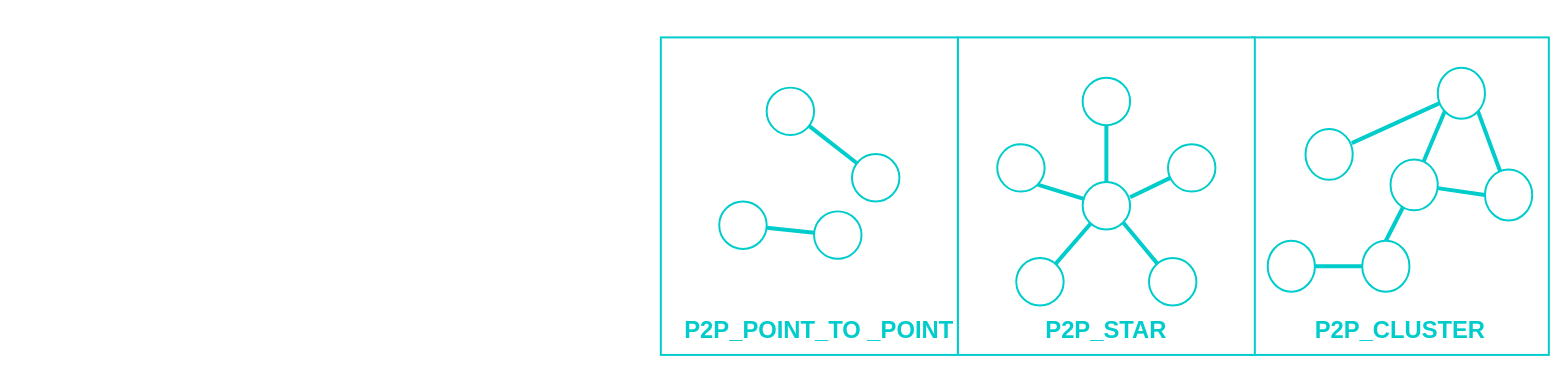
Earlier version of the draw.io diagram Diagramme/Network Topology.drawio (zettime/Nearfly-Android). Source tidied: cells renumbered, new cells numbered last; positions are measured from the earlier drawing's top-left corner, leaving out a move shared by most shapes. Both pictures are drawn from the tidied source at 99%, with x=0, y=0 at pixel (660, 37).
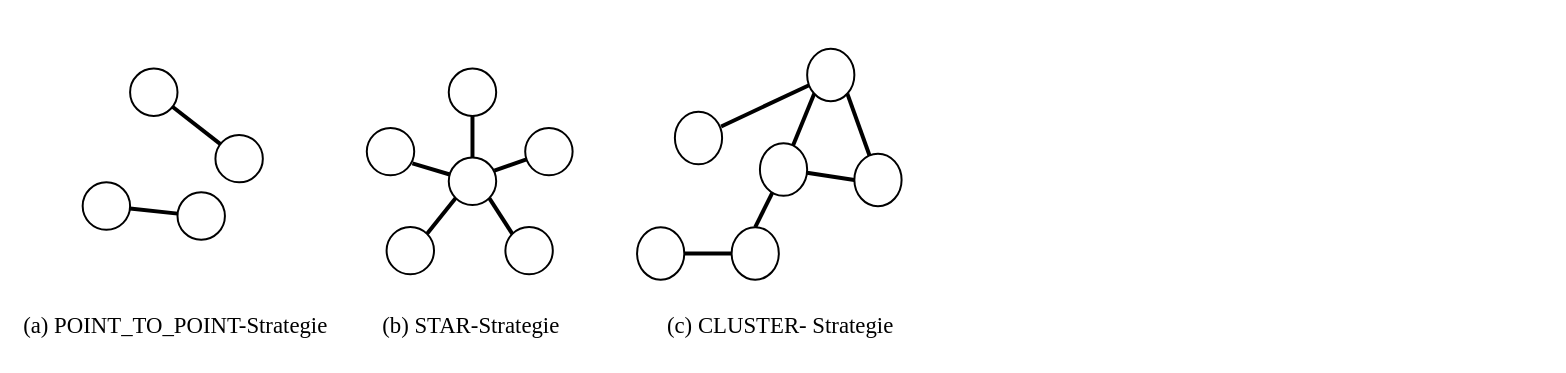
The same page after the edit.

The edit, as a diff of the source:
```diff
@@
-    <mxCell id="2" style="group;" parent="1" vertex="1">
-      <mxGeometry x="613" y="31" width="284" height="290" as="geometry" />
-    </mxCell>
-    <mxCell id="3" style="rounded=0;whiteSpace=wrap;html=1;strokeColor=#00CCCC;strokeWidth=2;fillColor=#FFFFFF;" parent="2" vertex="1">
-      <mxGeometry x="-16" y="-30.7" width="300" height="320.7" as="geometry" />
-    </mxCell>
-    <mxCell id="4" style="ellipse;whiteSpace=wrap;html=1;strokeColor=#00CCCC;strokeWidth=2;" parent="2" vertex="1">
-      <mxGeometry x="38.2" y="61.7" width="47.7" height="51.4" as="geometry" />
-    </mxCell>
-    <mxCell id="5" style="ellipse;whiteSpace=wrap;html=1;strokeColor=#00CCCC;fillColor=#FFFFFF;strokeWidth=2;" parent="2" vertex="1">
-      <mxGeometry x="171.8" width="47.7" height="51.4" as="geometry" />
-    </mxCell>
-    <mxCell id="6" style="ellipse;whiteSpace=wrap;html=1;strokeColor=#00CCCC;strokeWidth=2;" parent="2" vertex="1">
-      <mxGeometry x="124.1" y="92.5" width="47.7" height="51.4" as="geometry" />
-    </mxCell>
-    <mxCell id="7" style="ellipse;whiteSpace=wrap;html=1;strokeColor=#00CCCC;strokeWidth=2;" parent="2" vertex="1">
-      <mxGeometry y="174.7" width="47.7" height="51.4" as="geometry" />
-    </mxCell>
-    <mxCell id="8" style="ellipse;whiteSpace=wrap;html=1;strokeColor=#00CCCC;strokeWidth=2;" parent="2" vertex="1">
-      <mxGeometry x="219.5" y="102.8" width="47.7" height="51.4" as="geometry" />
-    </mxCell>
-    <mxCell id="9" style="ellipse;whiteSpace=wrap;html=1;strokeColor=#00CCCC;strokeWidth=2;" parent="2" vertex="1">
-      <mxGeometry x="95.5" y="174.7" width="47.7" height="51.4" as="geometry" />
-    </mxCell>
-    <mxCell id="10" style="endArrow=none;html=1;strokeWidth=4;fillColor=#1ba1e2;strokeColor=#00CCCC;entryX=1;entryY=1;entryDx=0;entryDy=0;" parent="2" edge="1" source="8" target="5">
-      <mxGeometry relative="1" as="geometry" />
-    </mxCell>
-    <mxCell id="11" style="endArrow=none;html=1;strokeWidth=4;fillColor=#1ba1e2;strokeColor=#00CCCC;entryX=0.98;entryY=0.28;entryDx=0;entryDy=0;entryPerimeter=0;" parent="2" edge="1" source="5" target="4">
-      <mxGeometry relative="1" as="geometry" />
-    </mxCell>
-    <mxCell id="12" style="endArrow=none;html=1;strokeWidth=4;fillColor=#1ba1e2;strokeColor=#00CCCC;entryX=1;entryY=0.5;entryDx=0;entryDy=0;" parent="2" edge="1" source="9" target="7">
-      <mxGeometry relative="1" as="geometry" />
-    </mxCell>
-    <mxCell id="13" style="endArrow=none;html=1;strokeWidth=4;fillColor=#1ba1e2;strokeColor=#00CCCC;entryX=0.5;entryY=0;entryDx=0;entryDy=0;" parent="2" edge="1" source="6" target="9">
-      <mxGeometry relative="1" as="geometry" />
-    </mxCell>
-    <mxCell id="14" style="endArrow=none;html=1;strokeWidth=4;fillColor=#1ba1e2;strokeColor=#00CCCC;exitX=0;exitY=1;exitDx=0;exitDy=0;" parent="2" edge="1" source="5" target="6">
-      <mxGeometry relative="1" as="geometry" />
-    </mxCell>
-    <mxCell id="15" style="endArrow=none;html=1;strokeWidth=4;fillColor=#1ba1e2;strokeColor=#00CCCC;exitX=0;exitY=0.5;exitDx=0;exitDy=0;" parent="2" edge="1" source="8" target="6">
-      <mxGeometry relative="1" as="geometry" />
-    </mxCell>
-    <mxCell id="16" value="P2P_CLUSTER" style="text;html=1;strokeColor=none;fillColor=none;align=center;verticalAlign=middle;whiteSpace=wrap;rounded=0;fontStyle=1;fontSize=24;fontColor=#00CCCC;" parent="2" vertex="1">
-      <mxGeometry x="-16" y="240" width="300" height="50" as="geometry" />
-    </mxCell>
-    <mxCell id="17" style="rounded=0;whiteSpace=wrap;html=1;strokeColor=#00CCCC;strokeWidth=2;fillColor=#FFFFFF;" parent="1" vertex="1">
-      <mxGeometry x="300" y="0.3" width="300" height="320.7" as="geometry" />
-    </mxCell>
-    <mxCell id="18" style="group;" parent="1" vertex="1">
-      <mxGeometry x="339.8" y="41" width="220.4" height="230" as="geometry" />
-    </mxCell>
-    <mxCell id="19" style="ellipse;whiteSpace=wrap;html=1;strokeColor=#00CCCC;strokeWidth=2;" parent="18" vertex="1">
-      <mxGeometry y="67.1" width="47.9" height="47.9" as="geometry" />
-    </mxCell>
-    <mxCell id="20" style="ellipse;whiteSpace=wrap;html=1;strokeColor=#00CCCC;fillColor=#FFFFFF;strokeWidth=2;" parent="18" vertex="1">
-      <mxGeometry x="86.3" y="105.4" width="47.9" height="47.9" as="geometry" />
-    </mxCell>
-    <mxCell id="21" style="ellipse;whiteSpace=wrap;html=1;strokeColor=#00CCCC;strokeWidth=2;" parent="18" vertex="1">
-      <mxGeometry x="172.5" y="67.1" width="47.9" height="47.9" as="geometry" />
-    </mxCell>
-    <mxCell id="22" style="ellipse;whiteSpace=wrap;html=1;strokeColor=#00CCCC;strokeWidth=2;" parent="18" vertex="1">
-      <mxGeometry x="19.2" y="182.1" width="47.9" height="47.9" as="geometry" />
-    </mxCell>
-    <mxCell id="23" style="ellipse;whiteSpace=wrap;html=1;strokeColor=#00CCCC;strokeWidth=2;" parent="18" vertex="1">
-      <mxGeometry x="153.3" y="182.1" width="47.9" height="47.9" as="geometry" />
-    </mxCell>
-    <mxCell id="24" style="ellipse;whiteSpace=wrap;html=1;strokeColor=#00CCCC;strokeWidth=2;" parent="18" vertex="1">
-      <mxGeometry x="86.3" width="47.9" height="47.9" as="geometry" />
-    </mxCell>
-    <mxCell id="25" style="endArrow=none;html=1;strokeWidth=4;fillColor=#1ba1e2;strokeColor=#00CCCC;" parent="18" edge="1" source="22" target="20">
-      <mxGeometry relative="1" as="geometry" />
-    </mxCell>
-    <mxCell id="26" style="endArrow=none;html=1;strokeWidth=4;fillColor=#1ba1e2;strokeColor=#00CCCC;entryX=1;entryY=1;entryDx=0;entryDy=0;" parent="18" edge="1" source="23" target="20">
-      <mxGeometry relative="1" as="geometry" />
-    </mxCell>
-    <mxCell id="27" style="endArrow=none;html=1;strokeWidth=4;fillColor=#1ba1e2;strokeColor=#00CCCC;" parent="18" edge="1" source="20" target="24">
-      <mxGeometry relative="1" as="geometry" />
-    </mxCell>
-    <mxCell id="28" style="endArrow=none;html=1;strokeWidth=4;fillColor=#1ba1e2;strokeColor=#00CCCC;entryX=1;entryY=0.32;entryDx=0;entryDy=0;entryPerimeter=0;" parent="18" edge="1" source="21" target="20">
-      <mxGeometry relative="1" as="geometry" />
-    </mxCell>
-    <mxCell id="29" style="endArrow=none;html=1;strokeWidth=4;fillColor=#1ba1e2;strokeColor=#00CCCC;entryX=1;entryY=1;entryDx=0;entryDy=0;" parent="18" edge="1" source="20" target="19">
-      <mxGeometry relative="1" as="geometry" />
-    </mxCell>
-    <mxCell id="30" style="rounded=0;whiteSpace=wrap;html=1;strokeColor=#00CCCC;strokeWidth=2;fillColor=#FFFFFF;" parent="1" vertex="1">
-      <mxGeometry y="0.3" width="300" height="320.7" as="geometry" />
-    </mxCell>
-    <mxCell id="31" style="ellipse;whiteSpace=wrap;html=1;strokeColor=#00CCCC;fillColor=#FFFFFF;strokeWidth=2;" parent="1" vertex="1">
-      <mxGeometry x="59" y="166" width="47.9" height="47.9" as="geometry" />
-    </mxCell>
-    <mxCell id="32" style="ellipse;whiteSpace=wrap;html=1;strokeColor=#00CCCC;strokeWidth=2;" parent="1" vertex="1">
-      <mxGeometry x="193.1" y="118.1" width="47.9" height="47.9" as="geometry" />
-    </mxCell>
-    <mxCell id="33" style="ellipse;whiteSpace=wrap;html=1;strokeColor=#00CCCC;strokeWidth=2;" parent="1" vertex="1">
-      <mxGeometry x="154.8" y="176" width="47.9" height="47.9" as="geometry" />
-    </mxCell>
-    <mxCell id="34" style="ellipse;whiteSpace=wrap;html=1;strokeColor=#00CCCC;strokeWidth=2;" parent="1" vertex="1">
-      <mxGeometry x="106.9" y="51" width="47.9" height="47.9" as="geometry" />
-    </mxCell>
-    <mxCell id="35" style="endArrow=none;html=1;strokeWidth=4;fillColor=#1ba1e2;strokeColor=#00CCCC;" parent="1" edge="1" source="33" target="31">
-      <mxGeometry relative="1" as="geometry" />
-    </mxCell>
-    <mxCell id="36" style="endArrow=none;html=1;strokeWidth=4;fillColor=#1ba1e2;strokeColor=#00CCCC;" parent="1" edge="1" source="32" target="34">
-      <mxGeometry relative="1" as="geometry" />
-    </mxCell>
-    <mxCell id="37" value="P2P_POINT_TO _POINT" style="text;html=1;strokeColor=none;fillColor=none;align=center;verticalAlign=middle;whiteSpace=wrap;rounded=0;fontStyle=1;fontSize=24;fontColor=#00CCCC;" parent="1" vertex="1">
-      <mxGeometry x="10" y="271" width="300" height="50" as="geometry" />
-    </mxCell>
-    <mxCell id="38" value="P2P_STAR" style="text;html=1;strokeColor=none;fillColor=none;align=center;verticalAlign=middle;whiteSpace=wrap;rounded=0;fontStyle=1;fontSize=24;fontColor=#00CCCC;" parent="1" vertex="1">
-      <mxGeometry x="300" y="271" width="300" height="50" as="geometry" />
-    </mxCell>
+    <mxCell id="39" style="rounded=0;whiteSpace=wrap;html=1;strokeColor=none;strokeWidth=2;fillColor=#ffffff;fontColor=#000000;" parent="1" vertex="1">
+      <mxGeometry x="-643" y="-19" width="300" height="340" as="geometry" />
+    </mxCell>
+    <mxCell id="40" style="ellipse;whiteSpace=wrap;html=1;strokeColor=#000000;fillColor=#FFFFFF;strokeWidth=2;fontColor=#000000;" parent="1" vertex="1">
+      <mxGeometry x="-584" y="146.7" width="47.9" height="47.9" as="geometry" />
+    </mxCell>
+    <mxCell id="41" style="ellipse;whiteSpace=wrap;html=1;strokeColor=#000000;strokeWidth=2;fontColor=#000000;" parent="1" vertex="1">
+      <mxGeometry x="-449.9" y="98.8" width="47.9" height="47.9" as="geometry" />
+    </mxCell>
+    <mxCell id="42" style="ellipse;whiteSpace=wrap;html=1;strokeColor=#000000;strokeWidth=2;fontColor=#000000;" parent="1" vertex="1">
+      <mxGeometry x="-488.2" y="156.7" width="47.9" height="47.9" as="geometry" />
+    </mxCell>
+    <mxCell id="43" style="ellipse;whiteSpace=wrap;html=1;strokeColor=#000000;strokeWidth=2;fontColor=#000000;" parent="1" vertex="1">
+      <mxGeometry x="-536.1" y="31.7" width="47.9" height="47.9" as="geometry" />
+    </mxCell>
+    <mxCell id="44" style="endArrow=none;html=1;strokeWidth=4;fillColor=#1ba1e2;strokeColor=#000000;fontColor=#000000;" parent="1" edge="1" source="42" target="40">
+      <mxGeometry relative="1" as="geometry" />
+    </mxCell>
+    <mxCell id="45" style="endArrow=none;html=1;strokeWidth=4;fillColor=#1ba1e2;strokeColor=#000000;fontColor=#000000;" parent="1" edge="1" source="41" target="43">
+      <mxGeometry relative="1" as="geometry" />
+    </mxCell>
+    <mxCell id="46" style="group;fontColor=#000000;strokeColor=none;fontSize=15;" parent="1" vertex="1">
+      <mxGeometry x="-24" y="11.7" width="290" height="310" as="geometry" />
+    </mxCell>
+    <mxCell id="47" style="rounded=0;whiteSpace=wrap;html=1;strokeColor=none;strokeWidth=2;fillColor=#FFFFFF;fontColor=#000000;" parent="46" vertex="1">
+      <mxGeometry x="-16" y="-31.7" width="300" height="341.7" as="geometry" />
+    </mxCell>
+    <mxCell id="48" style="ellipse;whiteSpace=wrap;html=1;strokeColor=#000000;strokeWidth=2;fontColor=#000000;" parent="46" vertex="1">
+      <mxGeometry x="38.2" y="63.7" width="47.7" height="53" as="geometry" />
+    </mxCell>
+    <mxCell id="49" style="ellipse;whiteSpace=wrap;html=1;strokeColor=#000000;fillColor=#FFFFFF;strokeWidth=2;fontColor=#000000;" parent="46" vertex="1">
+      <mxGeometry x="171.8" width="47.7" height="53" as="geometry" />
+    </mxCell>
+    <mxCell id="50" style="ellipse;whiteSpace=wrap;html=1;strokeColor=#000000;strokeWidth=2;fontColor=#000000;" parent="46" vertex="1">
+      <mxGeometry x="124.1" y="95.5" width="47.7" height="53" as="geometry" />
+    </mxCell>
+    <mxCell id="51" style="ellipse;whiteSpace=wrap;html=1;strokeColor=#000000;strokeWidth=2;fontColor=#000000;" parent="46" vertex="1">
+      <mxGeometry y="180.3" width="47.7" height="53" as="geometry" />
+    </mxCell>
+    <mxCell id="52" style="ellipse;whiteSpace=wrap;html=1;strokeColor=#000000;strokeWidth=2;fontColor=#000000;" parent="46" vertex="1">
+      <mxGeometry x="219.5" y="106.1" width="47.7" height="53" as="geometry" />
+    </mxCell>
+    <mxCell id="53" style="ellipse;whiteSpace=wrap;html=1;strokeColor=#000000;strokeWidth=2;fontColor=#000000;" parent="46" vertex="1">
+      <mxGeometry x="95.5" y="180.3" width="47.7" height="53" as="geometry" />
+    </mxCell>
+    <mxCell id="54" style="endArrow=none;html=1;strokeWidth=4;fillColor=#1ba1e2;strokeColor=#000000;entryX=1;entryY=1;entryDx=0;entryDy=0;fontColor=#000000;" parent="46" edge="1" source="52" target="49">
+      <mxGeometry relative="1" as="geometry" />
+    </mxCell>
+    <mxCell id="55" style="endArrow=none;html=1;strokeWidth=4;fillColor=#1ba1e2;strokeColor=#000000;entryX=0.98;entryY=0.28;entryDx=0;entryDy=0;entryPerimeter=0;fontColor=#000000;" parent="46" edge="1" source="49" target="48">
+      <mxGeometry relative="1" as="geometry" />
+    </mxCell>
+    <mxCell id="56" style="endArrow=none;html=1;strokeWidth=4;fillColor=#1ba1e2;strokeColor=#000000;entryX=1;entryY=0.5;entryDx=0;entryDy=0;fontColor=#000000;" parent="46" edge="1" source="53" target="51">
+      <mxGeometry relative="1" as="geometry" />
+    </mxCell>
+    <mxCell id="57" style="endArrow=none;html=1;strokeWidth=4;fillColor=#1ba1e2;strokeColor=#000000;entryX=0.5;entryY=0;entryDx=0;entryDy=0;fontColor=#000000;" parent="46" edge="1" source="50" target="53">
+      <mxGeometry relative="1" as="geometry" />
+    </mxCell>
+    <mxCell id="58" style="endArrow=none;html=1;strokeWidth=4;fillColor=#1ba1e2;strokeColor=#000000;exitX=0;exitY=1;exitDx=0;exitDy=0;fontColor=#000000;" parent="46" edge="1" source="49" target="50">
+      <mxGeometry relative="1" as="geometry" />
+    </mxCell>
+    <mxCell id="59" style="endArrow=none;html=1;strokeWidth=4;fillColor=#1ba1e2;strokeColor=#000000;exitX=0;exitY=0.5;exitDx=0;exitDy=0;fontColor=#000000;" parent="46" edge="1" source="52" target="50">
+      <mxGeometry relative="1" as="geometry" />
+    </mxCell>
+    <mxCell id="60" value="&lt;span style=&quot;font-family: &amp;quot;times new roman&amp;quot;; font-size: 23px; font-style: normal; font-weight: 400; letter-spacing: normal; text-indent: 0px; text-transform: none; word-spacing: 0px; float: none; display: inline;&quot;&gt;(c) CLUSTER- Strategie&lt;/span&gt;" style="text;whiteSpace=wrap;html=1;fontSize=23;fontFamily=Courier New;fontColor=#000000;align=center;" parent="46" vertex="1">
+      <mxGeometry y="259.3" width="290" height="40" as="geometry" />
+    </mxCell>
+    <mxCell id="61" style="rounded=0;whiteSpace=wrap;html=1;strokeColor=none;strokeWidth=2;fillColor=#ffffff;fontColor=#000000;" parent="1" vertex="1">
+      <mxGeometry x="-343" y="-19" width="300" height="340" as="geometry" />
+    </mxCell>
+    <mxCell id="62" style="group;" parent="1" vertex="1">
+      <mxGeometry x="-297" y="31.7" width="207.9" height="207.9" as="geometry" />
+    </mxCell>
+    <mxCell id="63" style="ellipse;whiteSpace=wrap;html=1;strokeColor=#000000;fillColor=#FFFFFF;strokeWidth=2;fontColor=#000000;" parent="62" vertex="1">
+      <mxGeometry x="160" y="60" width="47.9" height="47.9" as="geometry" />
+    </mxCell>
+    <mxCell id="64" style="ellipse;whiteSpace=wrap;html=1;strokeColor=#000000;fillColor=#FFFFFF;strokeWidth=2;fontColor=#000000;" parent="62" vertex="1">
+      <mxGeometry x="140" y="160" width="47.9" height="47.9" as="geometry" />
+    </mxCell>
+    <mxCell id="65" style="ellipse;whiteSpace=wrap;html=1;strokeColor=#000000;fillColor=#FFFFFF;strokeWidth=2;fontColor=#000000;" parent="62" vertex="1">
+      <mxGeometry x="20" y="160" width="47.9" height="47.9" as="geometry" />
+    </mxCell>
+    <mxCell id="66" style="ellipse;whiteSpace=wrap;html=1;strokeColor=#000000;fillColor=#FFFFFF;strokeWidth=2;fontColor=#000000;" parent="62" vertex="1">
+      <mxGeometry y="60" width="47.9" height="47.9" as="geometry" />
+    </mxCell>
+    <mxCell id="67" style="ellipse;whiteSpace=wrap;html=1;strokeColor=#000000;fillColor=#FFFFFF;strokeWidth=2;fontColor=#000000;" parent="62" vertex="1">
+      <mxGeometry x="82.8" width="47.9" height="47.9" as="geometry" />
+    </mxCell>
+    <mxCell id="68" style="ellipse;whiteSpace=wrap;html=1;strokeColor=#000000;fillColor=#FFFFFF;strokeWidth=2;fontColor=#000000;" parent="62" vertex="1">
+      <mxGeometry x="82.8" y="90" width="47.9" height="47.9" as="geometry" />
+    </mxCell>
+    <mxCell id="69" style="endArrow=none;html=1;strokeWidth=4;fillColor=#1ba1e2;strokeColor=#000000;fontColor=#000000;entryX=0.962;entryY=0.275;entryDx=0;entryDy=0;entryPerimeter=0;" parent="62" edge="1" source="63" target="68">
+      <mxGeometry relative="1" as="geometry" />
+    </mxCell>
+    <mxCell id="70" style="endArrow=none;html=1;strokeWidth=4;fillColor=#1ba1e2;strokeColor=#000000;fontColor=#000000;entryX=0.5;entryY=0;entryDx=0;entryDy=0;" parent="62" edge="1" source="67" target="68">
+      <mxGeometry relative="1" as="geometry" />
+    </mxCell>
+    <mxCell id="71" style="endArrow=none;html=1;strokeWidth=4;fillColor=#1ba1e2;strokeColor=#000000;fontColor=#000000;entryX=0.962;entryY=0.748;entryDx=0;entryDy=0;entryPerimeter=0;" parent="62" edge="1" source="68" target="66">
+      <mxGeometry relative="1" as="geometry" />
+    </mxCell>
+    <mxCell id="72" style="endArrow=none;html=1;strokeWidth=4;fillColor=#1ba1e2;strokeColor=#000000;fontColor=#000000;entryX=1;entryY=0;entryDx=0;entryDy=0;exitX=0;exitY=1;exitDx=0;exitDy=0;" parent="62" edge="1" source="68" target="65">
+      <mxGeometry relative="1" as="geometry" />
+    </mxCell>
+    <mxCell id="73" style="endArrow=none;html=1;strokeWidth=4;fillColor=#1ba1e2;strokeColor=#000000;fontColor=#000000;entryX=1;entryY=1;entryDx=0;entryDy=0;" parent="62" edge="1" target="68">
+      <mxGeometry relative="1" as="geometry">
+        <mxPoint x="147" y="167" as="sourcePoint" />
+      </mxGeometry>
+    </mxCell>
+    <mxCell id="74" value="&lt;font face=&quot;Times New Roman&quot; style=&quot;font-size: 23px;&quot;&gt;(b) STAR-Strategie&lt;/font&gt;" style="text;whiteSpace=wrap;html=1;fontSize=23;fontFamily=Courier New;fontColor=#000000;align=center;" parent="1" vertex="1">
+      <mxGeometry x="-343" y="271" width="303" height="40" as="geometry" />
+    </mxCell>
+    <mxCell id="75" value="&lt;font face=&quot;Times New Roman&quot; style=&quot;font-size: 23px;&quot;&gt;(a) POINT_TO_POINT-Strategie&lt;/font&gt;" style="text;whiteSpace=wrap;html=1;fontSize=23;fontFamily=Courier New;fontColor=#000000;align=center;" parent="1" vertex="1">
+      <mxGeometry x="-650" y="271" width="320" height="40" as="geometry" />
+    </mxCell>
```
